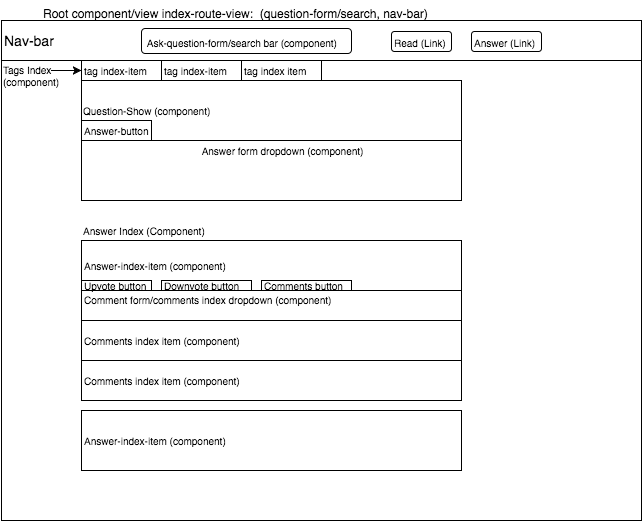
Earlier version of the draw.io export docs/wireframes/QuestionShow.png (rogeralexmiller/Quisitive). Source tidied: cells renumbered, new cells last; positions are measured from the earlier drawing's top-left corner, leaving out a move shared by most shapes. Source of this version:
```xml
<mxGraphModel background="#ffffff">
  <root>
    <mxCell id="0" />
    <mxCell id="1" parent="0" />
    <mxCell id="2" style="whiteSpace=wrap;html=1;rounded=0;fillColor=none;fontSize=15;align=left;" parent="1" vertex="1">
      <mxGeometry y="19" width="640" height="500" as="geometry" />
    </mxCell>
    <mxCell id="3" value="&lt;font style=&quot;font-size: 12px&quot;&gt;Root component/view index-route-view: &amp;nbsp;(question-form/search, nav-bar)&lt;/font&gt;" style="text;html=1;align=left;verticalAlign=top;spacingTop=-4;fontSize=15;" parent="1" vertex="1">
      <mxGeometry x="40" width="400" height="20" as="geometry" />
    </mxCell>
    <mxCell id="4" value="&lt;font style=&quot;font-size: 14px&quot;&gt;Nav-bar&lt;/font&gt;" style="whiteSpace=wrap;html=1;rounded=0;fillColor=none;fontSize=15;align=left;" parent="1" vertex="1">
      <mxGeometry y="19" width="640" height="40" as="geometry" />
    </mxCell>
    <mxCell id="5" value="&lt;font style=&quot;font-size: 10px&quot;&gt;&amp;nbsp;Ask-question-form/search bar (component)&lt;/font&gt;" style="rounded=1;whiteSpace=wrap;html=1;fillColor=none;fontSize=15;align=left;" parent="1" vertex="1">
      <mxGeometry x="140" y="27" width="210" height="25" as="geometry" />
    </mxCell>
    <mxCell id="6" value="&lt;font style=&quot;font-size: 10px&quot;&gt;Read (Link)&lt;/font&gt;" style="rounded=1;whiteSpace=wrap;html=1;fillColor=none;fontSize=15;align=left;" parent="1" vertex="1">
      <mxGeometry x="390" y="30" width="60" height="20" as="geometry" />
    </mxCell>
    <mxCell id="7" value="&lt;font style=&quot;font-size: 10px&quot;&gt;Answer (Link)&lt;/font&gt;" style="rounded=1;whiteSpace=wrap;html=1;fillColor=none;fontSize=15;align=left;" parent="1" vertex="1">
      <mxGeometry x="470" y="30" width="70" height="20" as="geometry" />
    </mxCell>
    <mxCell id="8" value="&lt;div style=&quot;text-align: left&quot;&gt;&lt;span style=&quot;line-height: 1.2&quot;&gt;Answer&lt;/span&gt;&lt;span style=&quot;line-height: 1.2&quot;&gt;&amp;nbsp;Index (Component)&lt;/span&gt;&lt;/div&gt;" style="text;html=1;strokeColor=none;fillColor=none;align=left;verticalAlign=middle;whiteSpace=wrap;overflow=hidden;rounded=0;fontSize=10;" parent="1" vertex="1">
      <mxGeometry x="80" y="219" width="360" height="20" as="geometry" />
    </mxCell>
    <mxCell id="9" value="Answer-index-item (component)" style="whiteSpace=wrap;html=1;rounded=0;fillColor=none;fontSize=10;align=left;" parent="1" vertex="1">
      <mxGeometry x="80" y="239" width="380" height="50" as="geometry" />
    </mxCell>
    <mxCell id="10" value="Answer-index-item (component)" style="whiteSpace=wrap;html=1;rounded=0;fillColor=none;fontSize=10;align=left;" parent="1" vertex="1">
      <mxGeometry x="80" y="409" width="380" height="60" as="geometry" />
    </mxCell>
    <mxCell id="11" style="whiteSpace=wrap;html=1;rounded=0;labelBackgroundColor=none;fillColor=none;fontSize=10;align=left;" parent="1" vertex="1">
      <mxGeometry x="80" y="79" width="380" height="60" as="geometry" />
    </mxCell>
    <mxCell id="12" value="&lt;div style=&quot;text-align: left&quot;&gt;&lt;span style=&quot;line-height: 1.2&quot;&gt;Question-Show (component)&lt;/span&gt;&lt;/div&gt;" style="text;html=1;strokeColor=none;fillColor=none;align=left;verticalAlign=middle;whiteSpace=wrap;overflow=hidden;rounded=0;labelBackgroundColor=none;fontSize=10;" parent="1" vertex="1">
      <mxGeometry x="80" y="99" width="290" height="20" as="geometry" />
    </mxCell>
    <mxCell id="13" value="Answer-button" style="rounded=0;whiteSpace=wrap;html=1;labelBackgroundColor=none;fillColor=none;fontSize=10;align=left;" parent="1" vertex="1">
      <mxGeometry x="80" y="119" width="70" height="20" as="geometry" />
    </mxCell>
    <mxCell id="14" style="whiteSpace=wrap;html=1;rounded=0;labelBackgroundColor=none;fillColor=none;fontSize=10;align=left;" parent="1" vertex="1">
      <mxGeometry x="80" y="139" width="380" height="60" as="geometry" />
    </mxCell>
    <mxCell id="15" value="Answer form dropdown (component)" style="text;html=1;strokeColor=none;fillColor=none;align=center;verticalAlign=middle;whiteSpace=wrap;overflow=hidden;rounded=0;labelBackgroundColor=none;fontSize=10;" parent="1" vertex="1">
      <mxGeometry x="190" y="139" width="180" height="20" as="geometry" />
    </mxCell>
    <mxCell id="16" value="Upvote button" style="rounded=0;whiteSpace=wrap;html=1;labelBackgroundColor=none;fillColor=none;fontSize=10;align=left;" parent="1" vertex="1">
      <mxGeometry x="80" y="279" width="70" height="10" as="geometry" />
    </mxCell>
    <mxCell id="17" value="Downvote button" style="rounded=0;whiteSpace=wrap;html=1;labelBackgroundColor=none;fillColor=none;fontSize=10;align=left;" parent="1" vertex="1">
      <mxGeometry x="160" y="279" width="90" height="10" as="geometry" />
    </mxCell>
    <mxCell id="18" value="Comments button" style="rounded=0;whiteSpace=wrap;html=1;labelBackgroundColor=none;fillColor=none;fontSize=10;align=left;" parent="1" vertex="1">
      <mxGeometry x="260" y="279" width="90" height="10" as="geometry" />
    </mxCell>
    <mxCell id="19" value="Comments index item (component)" style="whiteSpace=wrap;html=1;rounded=0;labelBackgroundColor=none;fillColor=none;fontSize=10;align=left;" parent="1" vertex="1">
      <mxGeometry x="80" y="319" width="380" height="40" as="geometry" />
    </mxCell>
    <mxCell id="20" value="Comment form/comments index dropdown (component)&lt;div&gt;&lt;br&gt;&lt;/div&gt;" style="whiteSpace=wrap;html=1;rounded=0;labelBackgroundColor=none;fillColor=none;fontSize=10;align=left;" parent="1" vertex="1">
      <mxGeometry x="80" y="289" width="380" height="30" as="geometry" />
    </mxCell>
    <mxCell id="21" value="tag index-item" style="whiteSpace=wrap;html=1;rounded=0;labelBackgroundColor=none;fillColor=none;fontSize=10;align=left;" parent="1" vertex="1">
      <mxGeometry x="80" y="59" width="80" height="20" as="geometry" />
    </mxCell>
    <mxCell id="22" value="tag index-item" style="whiteSpace=wrap;html=1;rounded=0;labelBackgroundColor=none;fillColor=none;fontSize=10;align=left;" parent="1" vertex="1">
      <mxGeometry x="160" y="59" width="80" height="20" as="geometry" />
    </mxCell>
    <mxCell id="23" value="tag index item" style="whiteSpace=wrap;html=1;rounded=0;labelBackgroundColor=none;fillColor=none;fontSize=10;align=left;" parent="1" vertex="1">
      <mxGeometry x="240" y="59" width="80" height="20" as="geometry" />
    </mxCell>
    <mxCell id="24" value="Comments index item (component)" style="whiteSpace=wrap;html=1;rounded=0;labelBackgroundColor=none;fillColor=none;fontSize=10;align=left;" parent="1" vertex="1">
      <mxGeometry x="80" y="359" width="380" height="40" as="geometry" />
    </mxCell>
    <mxCell id="25" value="Tags Index (component)" style="text;html=1;strokeColor=none;fillColor=none;align=left;verticalAlign=middle;whiteSpace=wrap;overflow=hidden;rounded=0;labelBackgroundColor=none;fontSize=10;" parent="1" vertex="1">
      <mxGeometry y="59" width="70" height="30" as="geometry" />
    </mxCell>
    <mxCell id="26" style="endArrow=classic;html=1;fontSize=10;" parent="1" edge="1">
      <mxGeometry relative="1" as="geometry">
        <mxPoint x="50" y="69" as="sourcePoint" />
        <mxPoint x="80" y="69" as="targetPoint" />
      </mxGeometry>
    </mxCell>
  </root>
</mxGraphModel>
```
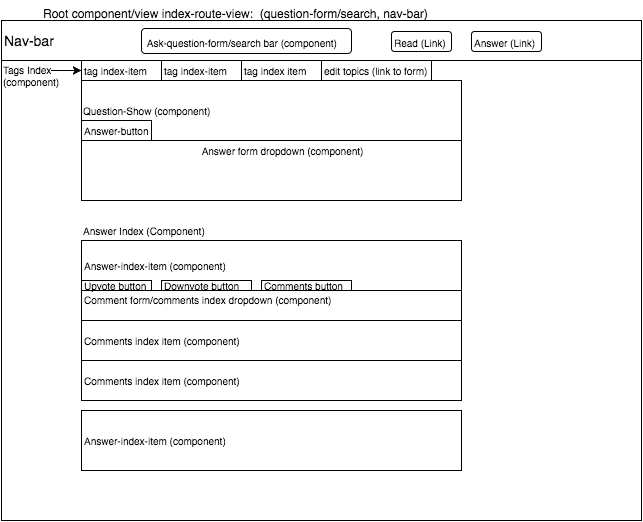
Later version of the same file.

Commit message:
Adds edit topics form and edits README

The edit, as a diff of the source:
```diff
@@ -80,5 +80,8 @@
         <mxPoint x="80" y="69" as="targetPoint" />
       </mxGeometry>
     </mxCell>
+    <mxCell id="27" value="edit topics (link to form)" style="rounded=0;whiteSpace=wrap;html=1;labelBackgroundColor=none;fillColor=none;fontSize=10;align=left;" parent="1" vertex="1">
+      <mxGeometry x="320" y="59" width="110" height="20" as="geometry" />
+    </mxCell>
   </root>
 </mxGraphModel>
```
